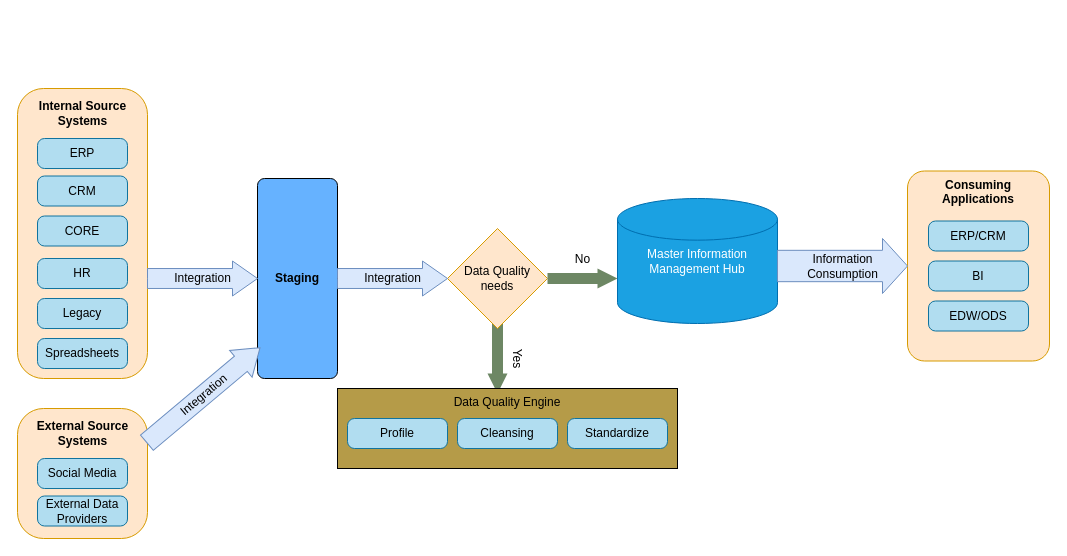
This is page "Page-5" (4 of 5) of Single Customer View.drawio from uyennt01/Project1, a draw.io file, before an edit. Source tidied: cells renumbered, new cells numbered last; positions are measured from the earlier drawing's top-left corner, leaving out a move shared by most shapes. Both pictures are drawn from the tidied source at 100%, with x=0, y=0 at pixel (17, 88).
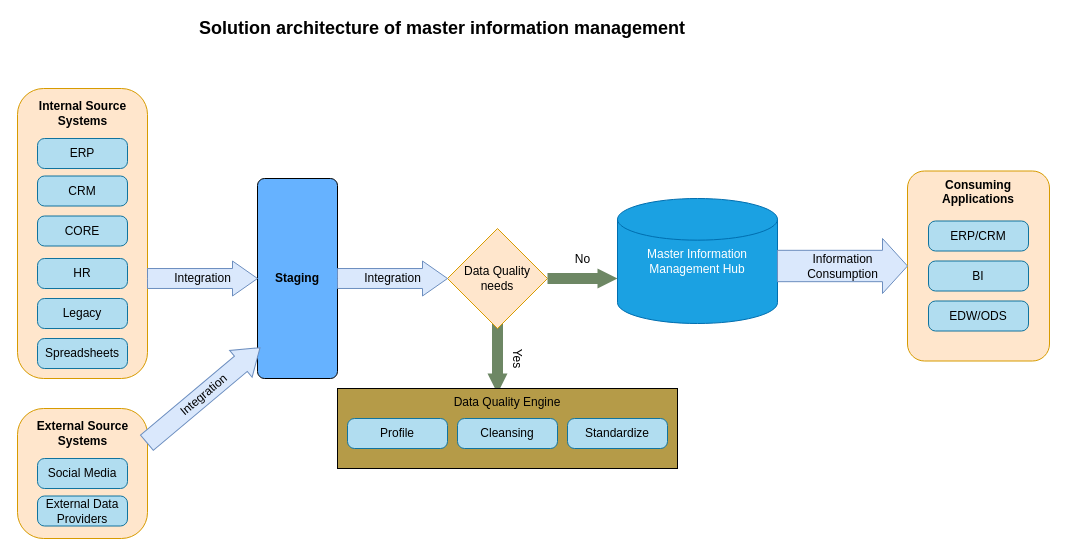
Above is the later version.

What changed in the source:
```diff
@@
+    <mxCell id="31" value="Solution architecture of master information management" style="text;html=1;strokeColor=none;fillColor=none;align=center;verticalAlign=middle;whiteSpace=wrap;rounded=0;shadow=0;fontColor=#000000;fontSize=18;fontStyle=1;" parent="1" vertex="1">
+      <mxGeometry x="160" y="-70" width="530" height="20" as="geometry" />
+    </mxCell>
```
